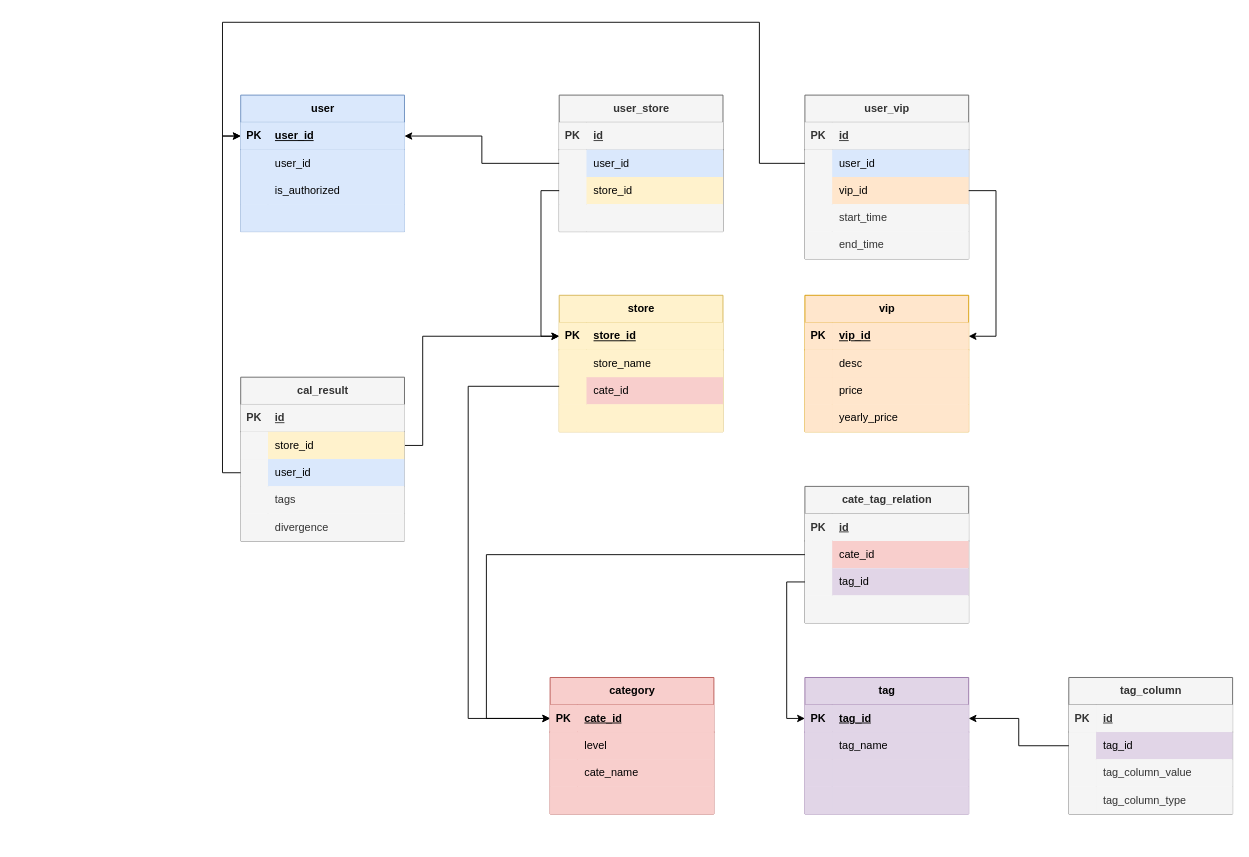
Above: page "ER" (2 of 6) of docs/cloud-service.drawio in caijiatao/go-lib (draw.io), before the change. Source tidied: cells renumbered, new cells numbered last; positions are measured from the earlier drawing's top-left corner, leaving out a move shared by most shapes. Both pictures are drawn from the tidied source at 91%, with x=0, y=0 at pixel (222, 22).
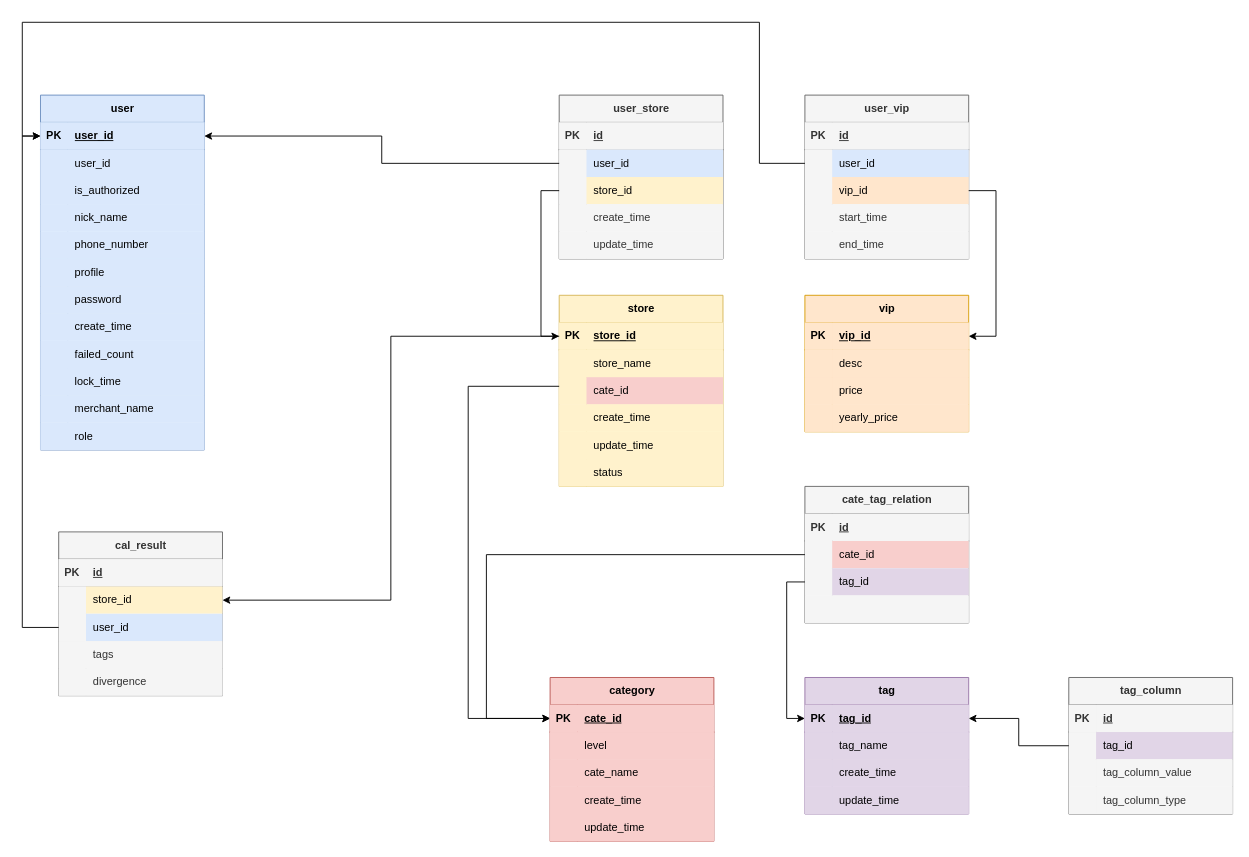
Above is the later version.

The change refers to these unchanged cells:
```xml
<mxCell id="12" style="shape=tableRow;horizontal=0;startSize=0;swimlaneHead=0;swimlaneBody=0;fillColor=#f8cecc;top=0;left=0;right=0;bottom=0;strokeColor=#b85450;" parent="2" vertex="1">
  <mxGeometry y="120" width="180" height="30" as="geometry" />
</mxCell>
<mxCell id="22" style="shape=tableRow;horizontal=0;startSize=0;swimlaneHead=0;swimlaneBody=0;fillColor=#e1d5e7;top=0;left=0;right=0;bottom=0;strokeColor=#9673a6;" parent="15" vertex="1">
  <mxGeometry y="90" width="180" height="30" as="geometry" />
</mxCell>
<mxCell id="25" style="shape=tableRow;horizontal=0;startSize=0;swimlaneHead=0;swimlaneBody=0;fillColor=#e1d5e7;top=0;left=0;right=0;bottom=0;strokeColor=#9673a6;" parent="15" vertex="1">
  <mxGeometry y="120" width="180" height="30" as="geometry" />
</mxCell>
<mxCell id="55" style="shape=tableRow;horizontal=0;startSize=0;swimlaneHead=0;swimlaneBody=0;fillColor=#fff2cc;points=[[0,0.5],[1,0.5]];portConstraint=eastwest;top=0;left=0;right=0;bottom=1;strokeColor=#d6b656;" parent="54" vertex="1">
  <mxGeometry y="30" width="180" height="30" as="geometry" />
</mxCell>
<mxCell id="64" style="shape=tableRow;horizontal=0;startSize=0;swimlaneHead=0;swimlaneBody=0;fillColor=#fff2cc;top=0;left=0;right=0;bottom=0;strokeColor=#d6b656;" parent="54" vertex="1">
  <mxGeometry y="120" width="180" height="30" as="geometry" />
</mxCell>
<mxCell id="77" style="shape=tableRow;horizontal=0;startSize=0;swimlaneHead=0;swimlaneBody=0;fillColor=#f5f5f5;top=0;left=0;right=0;bottom=0;strokeColor=#666666;fontColor=#333333;" parent="67" vertex="1">
  <mxGeometry y="120" width="180" height="30" as="geometry" />
</mxCell>
<mxCell id="84" style="shape=tableRow;horizontal=0;startSize=0;swimlaneHead=0;swimlaneBody=0;fillColor=#f5f5f5;points=[[0,0.5],[1,0.5]];portConstraint=eastwest;top=0;left=0;right=0;bottom=0;fontColor=#333333;strokeColor=#666666;" parent="80" vertex="1">
  <mxGeometry y="60" width="180" height="30" as="geometry" />
</mxCell>
<mxCell id="116" style="shape=tableRow;horizontal=0;startSize=0;swimlaneHead=0;swimlaneBody=0;fillColor=#dae8fc;points=[[0,0.5],[1,0.5]];portConstraint=eastwest;top=0;left=0;right=0;bottom=1;strokeColor=#6c8ebf;" parent="115" vertex="1">
  <mxGeometry y="30" width="180" height="30" as="geometry" />
</mxCell>
<mxCell id="125" style="shape=tableRow;horizontal=0;startSize=0;swimlaneHead=0;swimlaneBody=0;fillColor=#dae8fc;top=0;left=0;right=0;bottom=0;strokeColor=#6c8ebf;" parent="115" vertex="1">
  <mxGeometry y="120" width="180" height="30" as="geometry" />
</mxCell>
<mxCell id="135" style="shape=tableRow;horizontal=0;startSize=0;swimlaneHead=0;swimlaneBody=0;fillColor=#f5f5f5;points=[[0,0.5],[1,0.5]];portConstraint=eastwest;top=0;left=0;right=0;bottom=0;strokeColor=#666666;fontColor=#333333;" parent="131" vertex="1">
  <mxGeometry y="60" width="180" height="30" as="geometry" />
</mxCell>
```

Change to the diagram source:
```diff
@@
     <mxCell id="2" value="category" style="shape=table;startSize=30;childLayout=tableLayout;rowLines=0;fontStyle=1;align=center;html=1;fillColor=#f8cecc;strokeColor=#b85450;" parent="1" vertex="1">
-      <mxGeometry x="360" y="720" width="180" height="150" as="geometry" />
+      <mxGeometry x="360" y="720" width="180" height="180" as="geometry" />
     </mxCell>
@@
-    <mxCell id="14" style="shape=partialRectangle;fillColor=#f8cecc;top=0;left=0;bottom=0;right=0;align=left;spacingLeft=6;overflow=hidden;whiteSpace=wrap;html=1;strokeColor=#b85450;" parent="12" vertex="1">
+    <mxCell id="14" value="create_time" style="shape=partialRectangle;fillColor=#f8cecc;top=0;left=0;bottom=0;right=0;align=left;spacingLeft=6;overflow=hidden;whiteSpace=wrap;html=1;strokeColor=#b85450;" parent="12" vertex="1">
       <mxGeometry x="30" width="150" height="30" as="geometry" />
     </mxCell>
+    <mxCell id="148" style="shape=tableRow;horizontal=0;startSize=0;swimlaneHead=0;swimlaneBody=0;fillColor=#f8cecc;top=0;left=0;right=0;bottom=0;strokeColor=#b85450;" parent="2" vertex="1">
+      <mxGeometry y="150" width="180" height="30" as="geometry" />
+    </mxCell>
+    <mxCell id="149" style="shape=partialRectangle;fillColor=#f8cecc;top=0;left=0;bottom=0;right=0;overflow=hidden;whiteSpace=wrap;html=1;strokeColor=#b85450;" parent="148" vertex="1">
+      <mxGeometry width="30" height="30" as="geometry" />
+    </mxCell>
+    <mxCell id="150" value="update_time" style="shape=partialRectangle;fillColor=#f8cecc;top=0;left=0;bottom=0;right=0;align=left;spacingLeft=6;overflow=hidden;whiteSpace=wrap;html=1;strokeColor=#b85450;" parent="148" vertex="1">
+      <mxGeometry x="30" width="150" height="30" as="geometry" />
+    </mxCell>
@@
-    <mxCell id="24" style="shape=partialRectangle;fillColor=#e1d5e7;top=0;left=0;bottom=0;right=0;align=left;spacingLeft=6;overflow=hidden;whiteSpace=wrap;html=1;strokeColor=#9673a6;" parent="22" vertex="1">
+    <mxCell id="24" value="create_time" style="shape=partialRectangle;fillColor=#e1d5e7;top=0;left=0;bottom=0;right=0;align=left;spacingLeft=6;overflow=hidden;whiteSpace=wrap;html=1;strokeColor=#9673a6;" parent="22" vertex="1">
       <mxGeometry x="30" width="150" height="30" as="geometry" />
     </mxCell>
@@
-    <mxCell id="27" style="shape=partialRectangle;fillColor=#e1d5e7;top=0;left=0;bottom=0;right=0;align=left;spacingLeft=6;overflow=hidden;whiteSpace=wrap;html=1;strokeColor=#9673a6;" parent="25" vertex="1">
+    <mxCell id="27" value="update_time" style="shape=partialRectangle;fillColor=#e1d5e7;top=0;left=0;bottom=0;right=0;align=left;spacingLeft=6;overflow=hidden;whiteSpace=wrap;html=1;strokeColor=#9673a6;" parent="25" vertex="1">
       <mxGeometry x="30" width="150" height="30" as="geometry" />
     </mxCell>
@@
     <mxCell id="54" value="store" style="shape=table;startSize=30;childLayout=tableLayout;rowLines=0;fontStyle=1;align=center;html=1;fillColor=#fff2cc;strokeColor=#d6b656;" parent="1" vertex="1">
-      <mxGeometry x="370" y="300" width="180" height="150" as="geometry" />
+      <mxGeometry x="370" y="300" width="180" height="210" as="geometry" />
     </mxCell>
@@
-    <mxCell id="66" style="shape=partialRectangle;fillColor=#fff2cc;top=0;left=0;bottom=0;right=0;align=left;spacingLeft=6;overflow=hidden;whiteSpace=wrap;html=1;strokeColor=#d6b656;" parent="64" vertex="1">
+    <mxCell id="66" value="create_time" style="shape=partialRectangle;fillColor=#fff2cc;top=0;left=0;bottom=0;right=0;align=left;spacingLeft=6;overflow=hidden;whiteSpace=wrap;html=1;strokeColor=#d6b656;" parent="64" vertex="1">
       <mxGeometry x="30" width="150" height="30" as="geometry" />
     </mxCell>
+    <mxCell id="151" style="shape=tableRow;horizontal=0;startSize=0;swimlaneHead=0;swimlaneBody=0;fillColor=#fff2cc;top=0;left=0;right=0;bottom=0;strokeColor=#d6b656;" parent="54" vertex="1">
+      <mxGeometry y="150" width="180" height="30" as="geometry" />
+    </mxCell>
+    <mxCell id="152" style="shape=partialRectangle;fillColor=#fff2cc;top=0;left=0;bottom=0;right=0;overflow=hidden;whiteSpace=wrap;html=1;strokeColor=#d6b656;" parent="151" vertex="1">
+      <mxGeometry width="30" height="30" as="geometry" />
+    </mxCell>
+    <mxCell id="153" value="update_time" style="shape=partialRectangle;fillColor=#fff2cc;top=0;left=0;bottom=0;right=0;align=left;spacingLeft=6;overflow=hidden;whiteSpace=wrap;html=1;strokeColor=#d6b656;" parent="151" vertex="1">
+      <mxGeometry x="30" width="150" height="30" as="geometry" />
+    </mxCell>
+    <mxCell id="154" style="shape=tableRow;horizontal=0;startSize=0;swimlaneHead=0;swimlaneBody=0;fillColor=#fff2cc;top=0;left=0;right=0;bottom=0;strokeColor=#d6b656;" parent="54" vertex="1">
+      <mxGeometry y="180" width="180" height="30" as="geometry" />
+    </mxCell>
+    <mxCell id="155" style="shape=partialRectangle;fillColor=#fff2cc;top=0;left=0;bottom=0;right=0;overflow=hidden;whiteSpace=wrap;html=1;strokeColor=#d6b656;" parent="154" vertex="1">
+      <mxGeometry width="30" height="30" as="geometry" />
+    </mxCell>
+    <mxCell id="156" value="status" style="shape=partialRectangle;fillColor=#fff2cc;top=0;left=0;bottom=0;right=0;align=left;spacingLeft=6;overflow=hidden;whiteSpace=wrap;html=1;strokeColor=#d6b656;" parent="154" vertex="1">
+      <mxGeometry x="30" width="150" height="30" as="geometry" />
+    </mxCell>
     <mxCell id="67" value="user_store" style="shape=table;startSize=30;childLayout=tableLayout;rowLines=0;fontStyle=1;align=center;html=1;fillColor=#f5f5f5;strokeColor=#666666;fontColor=#333333;" parent="1" vertex="1">
-      <mxGeometry x="370" y="80" width="180" height="150" as="geometry" />
+      <mxGeometry x="370" y="80" width="180" height="180" as="geometry" />
     </mxCell>
@@
-    <mxCell id="79" style="shape=partialRectangle;fillColor=#f5f5f5;top=0;left=0;bottom=0;right=0;align=left;spacingLeft=6;overflow=hidden;whiteSpace=wrap;html=1;strokeColor=#666666;fontColor=#333333;" parent="77" vertex="1">
+    <mxCell id="79" value="create_time" style="shape=partialRectangle;fillColor=#f5f5f5;top=0;left=0;bottom=0;right=0;align=left;spacingLeft=6;overflow=hidden;whiteSpace=wrap;html=1;strokeColor=#666666;fontColor=#333333;" parent="77" vertex="1">
       <mxGeometry x="30" width="150" height="30" as="geometry" />
     </mxCell>
+    <mxCell id="157" style="shape=tableRow;horizontal=0;startSize=0;swimlaneHead=0;swimlaneBody=0;fillColor=#f5f5f5;top=0;left=0;right=0;bottom=0;strokeColor=#666666;fontColor=#333333;" parent="67" vertex="1">
+      <mxGeometry y="150" width="180" height="30" as="geometry" />
+    </mxCell>
+    <mxCell id="158" style="shape=partialRectangle;fillColor=#f5f5f5;top=0;left=0;bottom=0;right=0;overflow=hidden;whiteSpace=wrap;html=1;strokeColor=#666666;fontColor=#333333;" parent="157" vertex="1">
+      <mxGeometry width="30" height="30" as="geometry" />
+    </mxCell>
+    <mxCell id="159" value="update_time" style="shape=partialRectangle;fillColor=#f5f5f5;top=0;left=0;bottom=0;right=0;align=left;spacingLeft=6;overflow=hidden;whiteSpace=wrap;html=1;strokeColor=#666666;fontColor=#333333;" parent="157" vertex="1">
+      <mxGeometry x="30" width="150" height="30" as="geometry" />
+    </mxCell>
@@
     <mxCell id="115" value="user" style="shape=table;startSize=30;childLayout=tableLayout;rowLines=0;fontStyle=1;align=center;html=1;fillColor=#dae8fc;strokeColor=#6c8ebf;" parent="1" vertex="1">
-      <mxGeometry x="20" y="80" width="180" height="150" as="geometry" />
+      <mxGeometry x="-200" y="80" width="180" height="390" as="geometry" />
     </mxCell>
@@
-    <mxCell id="127" style="shape=partialRectangle;fillColor=#dae8fc;top=0;left=0;bottom=0;right=0;align=left;spacingLeft=6;overflow=hidden;whiteSpace=wrap;html=1;strokeColor=#6c8ebf;" parent="125" vertex="1">
+    <mxCell id="127" value="nick_name" style="shape=partialRectangle;fillColor=#dae8fc;top=0;left=0;bottom=0;right=0;align=left;spacingLeft=6;overflow=hidden;whiteSpace=wrap;html=1;strokeColor=#6c8ebf;" parent="125" vertex="1">
       <mxGeometry x="30" width="150" height="30" as="geometry" />
     </mxCell>
+    <mxCell id="160" style="shape=tableRow;horizontal=0;startSize=0;swimlaneHead=0;swimlaneBody=0;fillColor=#dae8fc;top=0;left=0;right=0;bottom=0;strokeColor=#6c8ebf;" parent="115" vertex="1">
+      <mxGeometry y="150" width="180" height="30" as="geometry" />
+    </mxCell>
+    <mxCell id="161" style="shape=partialRectangle;fillColor=#dae8fc;top=0;left=0;bottom=0;right=0;overflow=hidden;whiteSpace=wrap;html=1;strokeColor=#6c8ebf;" parent="160" vertex="1">
+      <mxGeometry width="30" height="30" as="geometry" />
+    </mxCell>
+    <mxCell id="162" value="phone_number" style="shape=partialRectangle;fillColor=#dae8fc;top=0;left=0;bottom=0;right=0;align=left;spacingLeft=6;overflow=hidden;whiteSpace=wrap;html=1;strokeColor=#6c8ebf;" parent="160" vertex="1">
+      <mxGeometry x="30" width="150" height="30" as="geometry" />
+    </mxCell>
+    <mxCell id="163" style="shape=tableRow;horizontal=0;startSize=0;swimlaneHead=0;swimlaneBody=0;fillColor=#dae8fc;top=0;left=0;right=0;bottom=0;strokeColor=#6c8ebf;" parent="115" vertex="1">
+      <mxGeometry y="180" width="180" height="30" as="geometry" />
+    </mxCell>
+    <mxCell id="164" style="shape=partialRectangle;fillColor=#dae8fc;top=0;left=0;bottom=0;right=0;overflow=hidden;whiteSpace=wrap;html=1;strokeColor=#6c8ebf;" parent="163" vertex="1">
+      <mxGeometry width="30" height="30" as="geometry" />
+    </mxCell>
+    <mxCell id="165" value="profile" style="shape=partialRectangle;fillColor=#dae8fc;top=0;left=0;bottom=0;right=0;align=left;spacingLeft=6;overflow=hidden;whiteSpace=wrap;html=1;strokeColor=#6c8ebf;" parent="163" vertex="1">
+      <mxGeometry x="30" width="150" height="30" as="geometry" />
+    </mxCell>
+    <mxCell id="166" style="shape=tableRow;horizontal=0;startSize=0;swimlaneHead=0;swimlaneBody=0;fillColor=#dae8fc;top=0;left=0;right=0;bottom=0;strokeColor=#6c8ebf;" parent="115" vertex="1">
+      <mxGeometry y="210" width="180" height="30" as="geometry" />
+    </mxCell>
+    <mxCell id="167" style="shape=partialRectangle;fillColor=#dae8fc;top=0;left=0;bottom=0;right=0;overflow=hidden;whiteSpace=wrap;html=1;strokeColor=#6c8ebf;" parent="166" vertex="1">
+      <mxGeometry width="30" height="30" as="geometry" />
+    </mxCell>
+    <mxCell id="168" value="password" style="shape=partialRectangle;fillColor=#dae8fc;top=0;left=0;bottom=0;right=0;align=left;spacingLeft=6;overflow=hidden;whiteSpace=wrap;html=1;strokeColor=#6c8ebf;" parent="166" vertex="1">
+      <mxGeometry x="30" width="150" height="30" as="geometry" />
+    </mxCell>
+    <mxCell id="169" style="shape=tableRow;horizontal=0;startSize=0;swimlaneHead=0;swimlaneBody=0;fillColor=#dae8fc;top=0;left=0;right=0;bottom=0;strokeColor=#6c8ebf;" parent="115" vertex="1">
+      <mxGeometry y="240" width="180" height="30" as="geometry" />
+    </mxCell>
+    <mxCell id="170" style="shape=partialRectangle;fillColor=#dae8fc;top=0;left=0;bottom=0;right=0;overflow=hidden;whiteSpace=wrap;html=1;strokeColor=#6c8ebf;" parent="169" vertex="1">
+      <mxGeometry width="30" height="30" as="geometry" />
+    </mxCell>
+    <mxCell id="171" value="create_time" style="shape=partialRectangle;fillColor=#dae8fc;top=0;left=0;bottom=0;right=0;align=left;spacingLeft=6;overflow=hidden;whiteSpace=wrap;html=1;strokeColor=#6c8ebf;" parent="169" vertex="1">
+      <mxGeometry x="30" width="150" height="30" as="geometry" />
+    </mxCell>
+    <mxCell id="172" style="shape=tableRow;horizontal=0;startSize=0;swimlaneHead=0;swimlaneBody=0;fillColor=#dae8fc;top=0;left=0;right=0;bottom=0;strokeColor=#6c8ebf;" parent="115" vertex="1">
+      <mxGeometry y="270" width="180" height="30" as="geometry" />
+    </mxCell>
+    <mxCell id="173" style="shape=partialRectangle;fillColor=#dae8fc;top=0;left=0;bottom=0;right=0;overflow=hidden;whiteSpace=wrap;html=1;strokeColor=#6c8ebf;" parent="172" vertex="1">
+      <mxGeometry width="30" height="30" as="geometry" />
+    </mxCell>
+    <mxCell id="174" value="failed_count" style="shape=partialRectangle;fillColor=#dae8fc;top=0;left=0;bottom=0;right=0;align=left;spacingLeft=6;overflow=hidden;whiteSpace=wrap;html=1;strokeColor=#6c8ebf;" parent="172" vertex="1">
+      <mxGeometry x="30" width="150" height="30" as="geometry" />
+    </mxCell>
+    <mxCell id="175" style="shape=tableRow;horizontal=0;startSize=0;swimlaneHead=0;swimlaneBody=0;fillColor=#dae8fc;top=0;left=0;right=0;bottom=0;strokeColor=#6c8ebf;" parent="115" vertex="1">
+      <mxGeometry y="300" width="180" height="30" as="geometry" />
+    </mxCell>
+    <mxCell id="176" style="shape=partialRectangle;fillColor=#dae8fc;top=0;left=0;bottom=0;right=0;overflow=hidden;whiteSpace=wrap;html=1;strokeColor=#6c8ebf;" parent="175" vertex="1">
+      <mxGeometry width="30" height="30" as="geometry" />
+    </mxCell>
+    <mxCell id="177" value="lock_time" style="shape=partialRectangle;fillColor=#dae8fc;top=0;left=0;bottom=0;right=0;align=left;spacingLeft=6;overflow=hidden;whiteSpace=wrap;html=1;strokeColor=#6c8ebf;" parent="175" vertex="1">
+      <mxGeometry x="30" width="150" height="30" as="geometry" />
+    </mxCell>
+    <mxCell id="178" style="shape=tableRow;horizontal=0;startSize=0;swimlaneHead=0;swimlaneBody=0;fillColor=#dae8fc;top=0;left=0;right=0;bottom=0;strokeColor=#6c8ebf;" parent="115" vertex="1">
+      <mxGeometry y="330" width="180" height="30" as="geometry" />
+    </mxCell>
+    <mxCell id="179" style="shape=partialRectangle;fillColor=#dae8fc;top=0;left=0;bottom=0;right=0;overflow=hidden;whiteSpace=wrap;html=1;strokeColor=#6c8ebf;" parent="178" vertex="1">
+      <mxGeometry width="30" height="30" as="geometry" />
+    </mxCell>
+    <mxCell id="180" value="merchant_name" style="shape=partialRectangle;fillColor=#dae8fc;top=0;left=0;bottom=0;right=0;align=left;spacingLeft=6;overflow=hidden;whiteSpace=wrap;html=1;strokeColor=#6c8ebf;" parent="178" vertex="1">
+      <mxGeometry x="30" width="150" height="30" as="geometry" />
+    </mxCell>
+    <mxCell id="181" style="shape=tableRow;horizontal=0;startSize=0;swimlaneHead=0;swimlaneBody=0;fillColor=#dae8fc;top=0;left=0;right=0;bottom=0;strokeColor=#6c8ebf;" parent="115" vertex="1">
+      <mxGeometry y="360" width="180" height="30" as="geometry" />
+    </mxCell>
+    <mxCell id="182" style="shape=partialRectangle;fillColor=#dae8fc;top=0;left=0;bottom=0;right=0;overflow=hidden;whiteSpace=wrap;html=1;strokeColor=#6c8ebf;" parent="181" vertex="1">
+      <mxGeometry width="30" height="30" as="geometry" />
+    </mxCell>
+    <mxCell id="183" value="role" style="shape=partialRectangle;fillColor=#dae8fc;top=0;left=0;bottom=0;right=0;align=left;spacingLeft=6;overflow=hidden;whiteSpace=wrap;html=1;strokeColor=#6c8ebf;" parent="181" vertex="1">
+      <mxGeometry x="30" width="150" height="30" as="geometry" />
+    </mxCell>
@@
     <mxCell id="129" style="edgeStyle=orthogonalEdgeStyle;rounded=0;jettySize=auto;html=1;exitX=0;exitY=0.5;exitDx=0;exitDy=0;entryX=0;entryY=0.5;entryDx=0;entryDy=0;" parent="1" edge="1" source="84" target="116">
       <mxGeometry relative="1" as="geometry">
         <Array as="points">
           <mxPoint x="590" y="155" />
           <mxPoint x="590" />
-          <mxPoint />
-          <mxPoint y="125" />
+          <mxPoint x="-220" />
+          <mxPoint x="-220" y="125" />
+          <mxPoint x="-200" y="125" />
         </Array>
       </mxGeometry>
     </mxCell>
-    <mxCell id="130" style="edgeStyle=orthogonalEdgeStyle;rounded=0;jettySize=auto;html=1;exitX=1;exitY=0.5;exitDx=0;exitDy=0;entryX=0;entryY=0.5;entryDx=0;entryDy=0;" parent="1" edge="1" source="131" target="55">
-      <mxGeometry relative="1" as="geometry">
-        <Array as="points">
-          <mxPoint x="220" y="465" />
-          <mxPoint x="220" y="345" />
-        </Array>
-      </mxGeometry>
-    </mxCell>
     <mxCell id="131" value="cal_result" style="shape=table;startSize=30;childLayout=tableLayout;rowLines=0;fontStyle=1;align=center;html=1;fillColor=#f5f5f5;strokeColor=#666666;fontColor=#333333;" parent="1" vertex="1">
-      <mxGeometry x="20" y="390" width="180" height="180" as="geometry" />
+      <mxGeometry x="-180" y="560" width="180" height="180" as="geometry" />
     </mxCell>
@@
+    <mxCell id="184" style="edgeStyle=orthogonalEdgeStyle;rounded=0;jettySize=auto;html=1;exitX=0;exitY=0.5;exitDx=0;exitDy=0;entryX=1;entryY=0.5;entryDx=0;entryDy=0;" parent="1" edge="1" source="55" target="135">
+      <mxGeometry relative="1" as="geometry" />
+    </mxCell>
```
